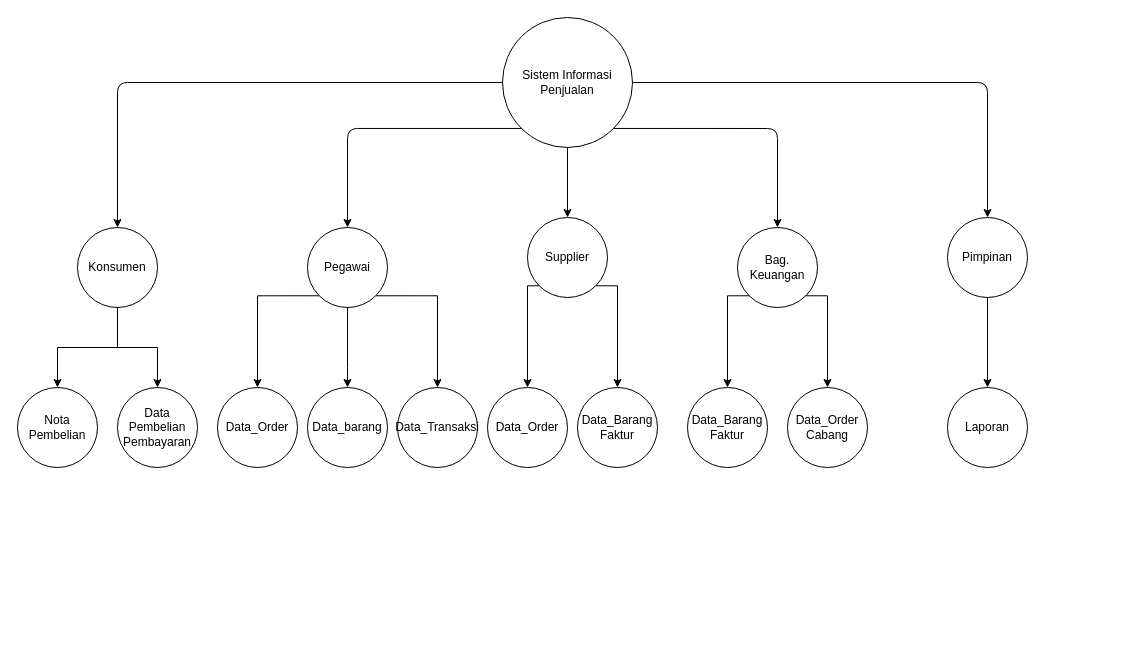
Before: Diagram Dekomposisi Sistem Informasi Penjualan.drawio in suryaindra23/belajar, a draw.io diagram. Source tidied: cells renumbered, new cells numbered last; positions are measured from the earlier drawing's top-left corner, leaving out a move shared by most shapes. Both pictures are drawn from the tidied source at 100%, with x=0, y=0 at pixel (17, 17).
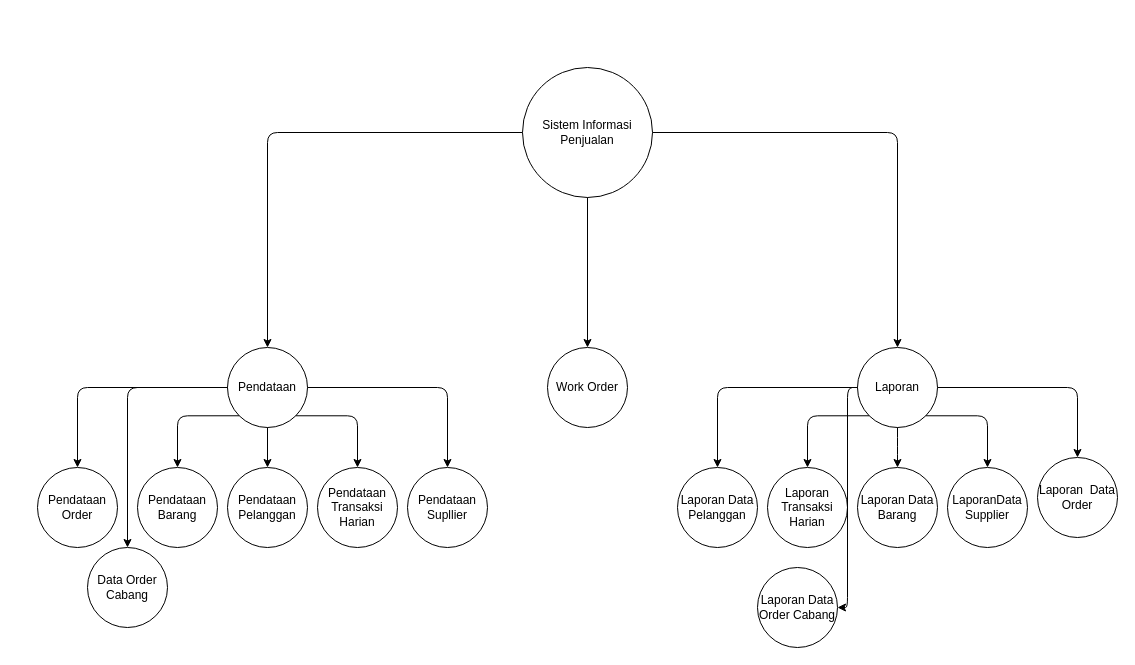
The same page after the edit.

Change to the diagram source:
```diff
@@
     <mxCell id="2" value="Sistem Informasi Penjualan" style="ellipse;whiteSpace=wrap;html=1;" parent="1" vertex="1">
-      <mxGeometry x="485" width="130" height="130" as="geometry" />
+      <mxGeometry x="505" y="50" width="130" height="130" as="geometry" />
     </mxCell>
-    <mxCell id="3" style="edgeStyle=elbowEdgeStyle;elbow=horizontal;endArrow=classic;html=1;exitX=0;exitY=0.5;exitDx=0;exitDy=0;entryX=0.5;entryY=0;entryDx=0;entryDy=0;" parent="1" edge="1" source="2">
-      <mxGeometry relative="1" as="geometry">
-        <mxPoint x="100" y="210" as="targetPoint" />
-        <Array as="points">
-          <mxPoint x="100" y="130" />
-        </Array>
-      </mxGeometry>
-    </mxCell>
-    <mxCell id="4" style="edgeStyle=elbowEdgeStyle;elbow=horizontal;endArrow=classic;html=1;exitX=0;exitY=1;exitDx=0;exitDy=0;entryX=0.5;entryY=0;entryDx=0;entryDy=0;" parent="1" edge="1" source="2" target="12">
-      <mxGeometry relative="1" as="geometry">
-        <Array as="points">
-          <mxPoint x="330" y="160" />
-        </Array>
-      </mxGeometry>
-    </mxCell>
-    <mxCell id="5" style="endArrow=classic;html=1;exitX=0.5;exitY=1;exitDx=0;exitDy=0;entryX=0.5;entryY=0;entryDx=0;entryDy=0;" parent="1" edge="1" source="2" target="14">
-      <mxGeometry relative="1" as="geometry" />
-    </mxCell>
-    <mxCell id="6" style="edgeStyle=segmentEdgeStyle;endArrow=classic;html=1;exitX=1;exitY=1;exitDx=0;exitDy=0;entryX=0.5;entryY=0;entryDx=0;entryDy=0;" parent="1" edge="1" source="2" target="15">
-      <mxGeometry relative="1" as="geometry">
-        <Array as="points">
-          <mxPoint x="760" y="111" />
-        </Array>
-      </mxGeometry>
-    </mxCell>
-    <mxCell id="7" style="edgeStyle=segmentEdgeStyle;endArrow=classic;html=1;exitX=1;exitY=0.5;exitDx=0;exitDy=0;entryX=0.5;entryY=0;entryDx=0;entryDy=0;" parent="1" edge="1" source="2" target="16">
-      <mxGeometry relative="1" as="geometry" />
-    </mxCell>
-    <mxCell id="8" style="edgeStyle=orthogonalEdgeStyle;rounded=0;jettySize=auto;html=1;" parent="1" edge="1" source="9" target="10">
-      <mxGeometry relative="1" as="geometry" />
-    </mxCell>
-    <mxCell id="9" value="Konsumen" style="ellipse;whiteSpace=wrap;html=1;" parent="1" vertex="1">
-      <mxGeometry x="60" y="210" width="80" height="80" as="geometry" />
-    </mxCell>
-    <mxCell id="10" value="Nota Pembelian" style="ellipse;whiteSpace=wrap;html=1;" parent="1" vertex="1">
-      <mxGeometry y="370" width="80" height="80" as="geometry" />
-    </mxCell>
-    <mxCell id="11" style="edgeStyle=orthogonalEdgeStyle;rounded=0;jettySize=auto;html=1;exitX=0;exitY=1;exitDx=0;exitDy=0;" parent="1" edge="1" source="12" target="13">
-      <mxGeometry relative="1" as="geometry" />
-    </mxCell>
-    <mxCell id="12" value="Pegawai" style="ellipse;whiteSpace=wrap;html=1;" parent="1" vertex="1">
-      <mxGeometry x="290" y="210" width="80" height="80" as="geometry" />
-    </mxCell>
-    <mxCell id="13" value="Data_Order" style="ellipse;whiteSpace=wrap;html=1;" parent="1" vertex="1">
-      <mxGeometry x="200" y="370" width="80" height="80" as="geometry" />
-    </mxCell>
-    <mxCell id="14" value="Supplier" style="ellipse;whiteSpace=wrap;html=1;" parent="1" vertex="1">
-      <mxGeometry x="510" y="200" width="80" height="80" as="geometry" />
-    </mxCell>
-    <mxCell id="15" value="Bag. Keuangan" style="ellipse;whiteSpace=wrap;html=1;" parent="1" vertex="1">
-      <mxGeometry x="720" y="210" width="80" height="80" as="geometry" />
-    </mxCell>
-    <mxCell id="16" value="Pimpinan" style="ellipse;whiteSpace=wrap;html=1;" parent="1" vertex="1">
-      <mxGeometry x="930" y="200" width="80" height="80" as="geometry" />
-    </mxCell>
-    <mxCell id="17" value="Data Pembelian Pembayaran" style="ellipse;whiteSpace=wrap;html=1;" parent="1" vertex="1">
-      <mxGeometry x="100" y="370" width="80" height="80" as="geometry" />
-    </mxCell>
-    <mxCell id="18" style="edgeStyle=orthogonalEdgeStyle;rounded=0;jettySize=auto;html=1;exitX=0.5;exitY=1;exitDx=0;exitDy=0;entryX=0.5;entryY=0;entryDx=0;entryDy=0;" parent="1" edge="1" source="9" target="17">
-      <mxGeometry relative="1" as="geometry" />
-    </mxCell>
-    <mxCell id="19" value="Data_barang" style="ellipse;whiteSpace=wrap;html=1;" parent="1" vertex="1">
-      <mxGeometry x="290" y="370" width="80" height="80" as="geometry" />
-    </mxCell>
-    <mxCell id="20" style="edgeStyle=orthogonalEdgeStyle;rounded=0;jettySize=auto;html=1;exitX=0.5;exitY=1;exitDx=0;exitDy=0;entryX=0.5;entryY=0;entryDx=0;entryDy=0;" parent="1" edge="1" source="12" target="19">
-      <mxGeometry relative="1" as="geometry">
-        <Array as="points">
-          <mxPoint x="330" y="350" />
-          <mxPoint x="330" y="350" />
-        </Array>
-      </mxGeometry>
-    </mxCell>
-    <mxCell id="21" value="Data_Transaksi" style="ellipse;whiteSpace=wrap;html=1;" parent="1" vertex="1">
-      <mxGeometry x="380" y="370" width="80" height="80" as="geometry" />
-    </mxCell>
-    <mxCell id="22" style="edgeStyle=orthogonalEdgeStyle;rounded=0;jettySize=auto;html=1;exitX=1;exitY=1;exitDx=0;exitDy=0;entryX=0.5;entryY=0;entryDx=0;entryDy=0;" parent="1" edge="1" source="12" target="21">
-      <mxGeometry relative="1" as="geometry" />
-    </mxCell>
-    <mxCell id="23" value="Data_Order" style="ellipse;whiteSpace=wrap;html=1;" parent="1" vertex="1">
-      <mxGeometry x="470" y="370" width="80" height="80" as="geometry" />
-    </mxCell>
-    <mxCell id="24" style="edgeStyle=orthogonalEdgeStyle;rounded=0;jettySize=auto;html=1;exitX=0;exitY=1;exitDx=0;exitDy=0;entryX=0.5;entryY=0;entryDx=0;entryDy=0;" parent="1" edge="1" source="14" target="23">
-      <mxGeometry relative="1" as="geometry">
-        <Array as="points">
-          <mxPoint x="510" y="268" />
-        </Array>
-      </mxGeometry>
-    </mxCell>
-    <mxCell id="25" value="Data_Barang&lt;br&gt;Faktur" style="ellipse;whiteSpace=wrap;html=1;" parent="1" vertex="1">
-      <mxGeometry x="560" y="370" width="80" height="80" as="geometry" />
-    </mxCell>
-    <mxCell id="26" style="edgeStyle=orthogonalEdgeStyle;rounded=0;jettySize=auto;html=1;exitX=1;exitY=1;exitDx=0;exitDy=0;entryX=0.5;entryY=0;entryDx=0;entryDy=0;" parent="1" edge="1" source="14" target="25">
-      <mxGeometry relative="1" as="geometry">
-        <Array as="points">
-          <mxPoint x="600" y="268" />
-        </Array>
-      </mxGeometry>
-    </mxCell>
-    <mxCell id="27" value="Data_Barang&lt;br&gt;Faktur" style="ellipse;whiteSpace=wrap;html=1;" parent="1" vertex="1">
-      <mxGeometry x="670" y="370" width="80" height="80" as="geometry" />
-    </mxCell>
-    <mxCell id="28" style="edgeStyle=orthogonalEdgeStyle;rounded=0;jettySize=auto;html=1;exitX=0;exitY=1;exitDx=0;exitDy=0;entryX=0.5;entryY=0;entryDx=0;entryDy=0;" parent="1" edge="1" source="15" target="27">
-      <mxGeometry relative="1" as="geometry">
-        <Array as="points">
-          <mxPoint x="710" y="278" />
-        </Array>
-      </mxGeometry>
-    </mxCell>
-    <mxCell id="29" value="Data_Order&lt;br&gt;Cabang" style="ellipse;whiteSpace=wrap;html=1;" parent="1" vertex="1">
-      <mxGeometry x="770" y="370" width="80" height="80" as="geometry" />
-    </mxCell>
-    <mxCell id="30" style="edgeStyle=orthogonalEdgeStyle;rounded=0;jettySize=auto;html=1;exitX=1;exitY=1;exitDx=0;exitDy=0;entryX=0.5;entryY=0;entryDx=0;entryDy=0;" parent="1" edge="1" source="15" target="29">
-      <mxGeometry relative="1" as="geometry">
-        <Array as="points">
-          <mxPoint x="810" y="278" />
-        </Array>
-      </mxGeometry>
-    </mxCell>
+    <mxCell id="33" value="Pendataan" style="ellipse;whiteSpace=wrap;html=1;" parent="1" vertex="1">
+      <mxGeometry x="210" y="330" width="80" height="80" as="geometry" />
+    </mxCell>
+    <mxCell id="34" value="Work Order" style="ellipse;whiteSpace=wrap;html=1;" parent="1" vertex="1">
+      <mxGeometry x="530" y="330" width="80" height="80" as="geometry" />
+    </mxCell>
     <mxCell id="31" value="Laporan" style="ellipse;whiteSpace=wrap;html=1;" parent="1" vertex="1">
-      <mxGeometry x="930" y="370" width="80" height="80" as="geometry" />
+      <mxGeometry x="840" y="330" width="80" height="80" as="geometry" />
     </mxCell>
-    <mxCell id="32" style="endArrow=classic;html=1;exitX=0.5;exitY=1;exitDx=0;exitDy=0;entryX=0.5;entryY=0;entryDx=0;entryDy=0;" parent="1" edge="1" source="16" target="31">
-      <mxGeometry relative="1" as="geometry" />
-    </mxCell>
+    <mxCell id="35" style="edgeStyle=segmentEdgeStyle;endArrow=classic;html=1;exitX=0;exitY=0.5;exitDx=0;exitDy=0;entryX=0.5;entryY=0;entryDx=0;entryDy=0;" parent="1" edge="1" source="2" target="33">
+      <mxGeometry relative="1" as="geometry" />
+    </mxCell>
+    <mxCell id="36" style="endArrow=classic;html=1;exitX=0.5;exitY=1;exitDx=0;exitDy=0;entryX=0.5;entryY=0;entryDx=0;entryDy=0;" parent="1" edge="1" source="2" target="34">
+      <mxGeometry relative="1" as="geometry" />
+    </mxCell>
+    <mxCell id="37" style="edgeStyle=segmentEdgeStyle;endArrow=classic;html=1;exitX=1;exitY=0.5;exitDx=0;exitDy=0;entryX=0.5;entryY=0;entryDx=0;entryDy=0;" parent="1" edge="1" source="2" target="31">
+      <mxGeometry relative="1" as="geometry" />
+    </mxCell>
+    <mxCell id="38" value="Pendataan&lt;br&gt;Barang" style="ellipse;whiteSpace=wrap;html=1;" parent="1" vertex="1">
+      <mxGeometry x="120" y="450" width="80" height="80" as="geometry" />
+    </mxCell>
+    <mxCell id="39" value="Pendataan Pelanggan" style="ellipse;whiteSpace=wrap;html=1;" parent="1" vertex="1">
+      <mxGeometry x="210" y="450" width="80" height="80" as="geometry" />
+    </mxCell>
+    <mxCell id="40" value="Pendataan&lt;br&gt;Supllier" style="ellipse;whiteSpace=wrap;html=1;" parent="1" vertex="1">
+      <mxGeometry x="390" y="450" width="80" height="80" as="geometry" />
+    </mxCell>
+    <mxCell id="41" style="endArrow=classic;html=1;exitX=0.5;exitY=1;exitDx=0;exitDy=0;entryX=0.5;entryY=0;entryDx=0;entryDy=0;" parent="1" edge="1" source="33" target="39">
+      <mxGeometry relative="1" as="geometry" />
+    </mxCell>
+    <mxCell id="42" style="edgeStyle=segmentEdgeStyle;endArrow=classic;html=1;exitX=0;exitY=1;exitDx=0;exitDy=0;entryX=0.5;entryY=0;entryDx=0;entryDy=0;" parent="1" edge="1" source="33" target="38">
+      <mxGeometry relative="1" as="geometry" />
+    </mxCell>
+    <mxCell id="43" style="edgeStyle=segmentEdgeStyle;endArrow=classic;html=1;exitX=1;exitY=0.5;exitDx=0;exitDy=0;entryX=0.5;entryY=0;entryDx=0;entryDy=0;" parent="1" edge="1" source="33" target="40">
+      <mxGeometry relative="1" as="geometry" />
+    </mxCell>
+    <mxCell id="44" value="Laporan Data Pelanggan" style="ellipse;whiteSpace=wrap;html=1;" parent="1" vertex="1">
+      <mxGeometry x="660" y="450" width="80" height="80" as="geometry" />
+    </mxCell>
+    <mxCell id="45" value="Laporan Transaksi Harian" style="ellipse;whiteSpace=wrap;html=1;" parent="1" vertex="1">
+      <mxGeometry x="750" y="450" width="80" height="80" as="geometry" />
+    </mxCell>
+    <mxCell id="46" value="Pendataan Order" style="ellipse;whiteSpace=wrap;html=1;" parent="1" vertex="1">
+      <mxGeometry x="20" y="450" width="80" height="80" as="geometry" />
+    </mxCell>
+    <mxCell id="47" style="edgeStyle=segmentEdgeStyle;endArrow=classic;html=1;exitX=0;exitY=0.5;exitDx=0;exitDy=0;entryX=0.5;entryY=0;entryDx=0;entryDy=0;" parent="1" edge="1" source="33" target="46">
+      <mxGeometry relative="1" as="geometry" />
+    </mxCell>
+    <mxCell id="48" value="Pendataan Transaksi Harian" style="ellipse;whiteSpace=wrap;html=1;" parent="1" vertex="1">
+      <mxGeometry x="300" y="450" width="80" height="80" as="geometry" />
+    </mxCell>
+    <mxCell id="49" style="edgeStyle=segmentEdgeStyle;endArrow=classic;html=1;exitX=1;exitY=1;exitDx=0;exitDy=0;entryX=0.5;entryY=0;entryDx=0;entryDy=0;" parent="1" edge="1" source="33" target="48">
+      <mxGeometry relative="1" as="geometry" />
+    </mxCell>
+    <mxCell id="50" style="edgeStyle=segmentEdgeStyle;endArrow=classic;html=1;exitX=0;exitY=0.5;exitDx=0;exitDy=0;entryX=0.5;entryY=0;entryDx=0;entryDy=0;" parent="1" edge="1" source="31" target="44">
+      <mxGeometry relative="1" as="geometry" />
+    </mxCell>
+    <mxCell id="51" style="edgeStyle=segmentEdgeStyle;endArrow=classic;html=1;exitX=0;exitY=1;exitDx=0;exitDy=0;entryX=0.5;entryY=0;entryDx=0;entryDy=0;" parent="1" edge="1" source="31" target="45">
+      <mxGeometry relative="1" as="geometry" />
+    </mxCell>
+    <mxCell id="52" value="Laporan Data Barang" style="ellipse;whiteSpace=wrap;html=1;" parent="1" vertex="1">
+      <mxGeometry x="840" y="450" width="80" height="80" as="geometry" />
+    </mxCell>
+    <mxCell id="53" style="edgeStyle=segmentEdgeStyle;endArrow=classic;html=1;exitX=0.5;exitY=1;exitDx=0;exitDy=0;entryX=0.5;entryY=0;entryDx=0;entryDy=0;" parent="1" edge="1" source="31" target="52">
+      <mxGeometry relative="1" as="geometry">
+        <Array as="points">
+          <mxPoint x="880" y="430" />
+          <mxPoint x="880" y="430" />
+        </Array>
+      </mxGeometry>
+    </mxCell>
+    <mxCell id="54" value="LaporanData Supplier" style="ellipse;whiteSpace=wrap;html=1;" parent="1" vertex="1">
+      <mxGeometry x="930" y="450" width="80" height="80" as="geometry" />
+    </mxCell>
+    <mxCell id="55" style="edgeStyle=segmentEdgeStyle;endArrow=classic;html=1;exitX=1;exitY=1;exitDx=0;exitDy=0;entryX=0.5;entryY=0;entryDx=0;entryDy=0;" parent="1" edge="1" source="31" target="54">
+      <mxGeometry relative="1" as="geometry" />
+    </mxCell>
+    <mxCell id="56" value="Laporan&amp;nbsp; Data Order" style="ellipse;whiteSpace=wrap;html=1;" parent="1" vertex="1">
+      <mxGeometry x="1020" y="440" width="80" height="80" as="geometry" />
+    </mxCell>
+    <mxCell id="57" style="edgeStyle=segmentEdgeStyle;endArrow=classic;html=1;exitX=1;exitY=0.5;exitDx=0;exitDy=0;entryX=0.5;entryY=0;entryDx=0;entryDy=0;" parent="1" edge="1" source="31" target="56">
+      <mxGeometry relative="1" as="geometry" />
+    </mxCell>
+    <mxCell id="58" value="Data Order Cabang" style="ellipse;whiteSpace=wrap;html=1;" parent="1" vertex="1">
+      <mxGeometry x="70" y="530" width="80" height="80" as="geometry" />
+    </mxCell>
+    <mxCell id="59" style="edgeStyle=segmentEdgeStyle;endArrow=classic;html=1;exitX=0;exitY=0.5;exitDx=0;exitDy=0;entryX=0.5;entryY=0;entryDx=0;entryDy=0;" parent="1" edge="1" source="33" target="58">
+      <mxGeometry relative="1" as="geometry">
+        <Array as="points">
+          <mxPoint x="110" y="370" />
+        </Array>
+      </mxGeometry>
+    </mxCell>
+    <mxCell id="60" value="Laporan Data Order Cabang" style="ellipse;whiteSpace=wrap;html=1;" parent="1" vertex="1">
+      <mxGeometry x="740" y="550" width="80" height="80" as="geometry" />
+    </mxCell>
+    <mxCell id="61" style="edgeStyle=elbowEdgeStyle;elbow=horizontal;endArrow=classic;html=1;exitX=0;exitY=0.5;exitDx=0;exitDy=0;entryX=1;entryY=0.5;entryDx=0;entryDy=0;" parent="1" edge="1" source="31" target="60">
+      <mxGeometry relative="1" as="geometry" />
+    </mxCell>
```
